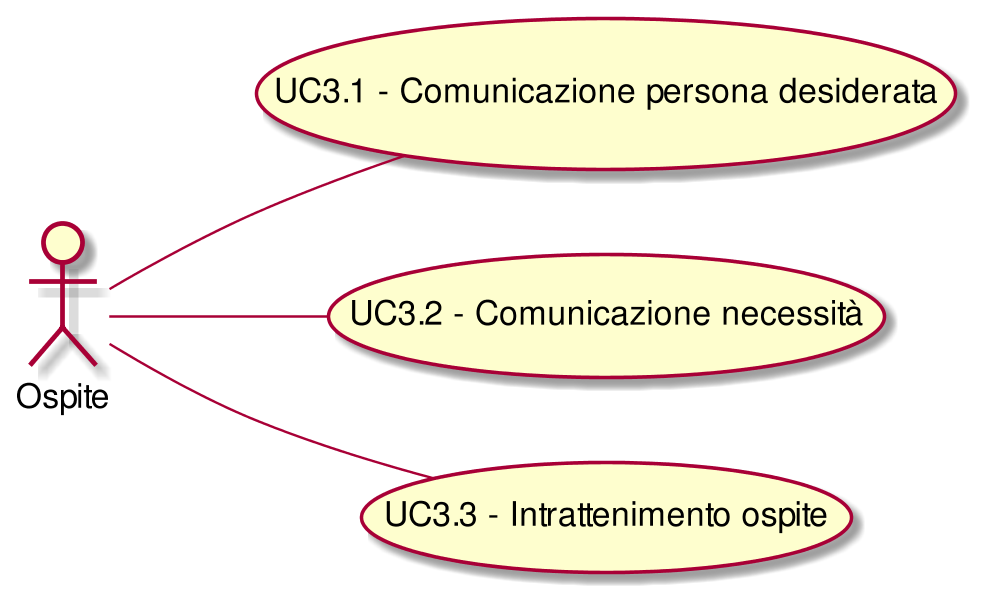
Earlier version of the PlantUML export RR/Esterni/AnalisiDeiRequisiti/images/UseCaseUC3.png (CoCodeSWE/Docs). The source it was exported from:
```plantuml
@startuml
scale 1000*1000
left to right direction
( UC3.1 - Comunicazione persona desiderata ) as (UC3.1)
:Ospite:--(UC3.1)
( UC3.2 - Comunicazione necessità ) as (UC3.2)
:Ospite:--(UC3.2)
( UC3.3 - Intrattenimento ospite ) as (UC3.3)
:Ospite:--(UC3.3)
@enduml
```
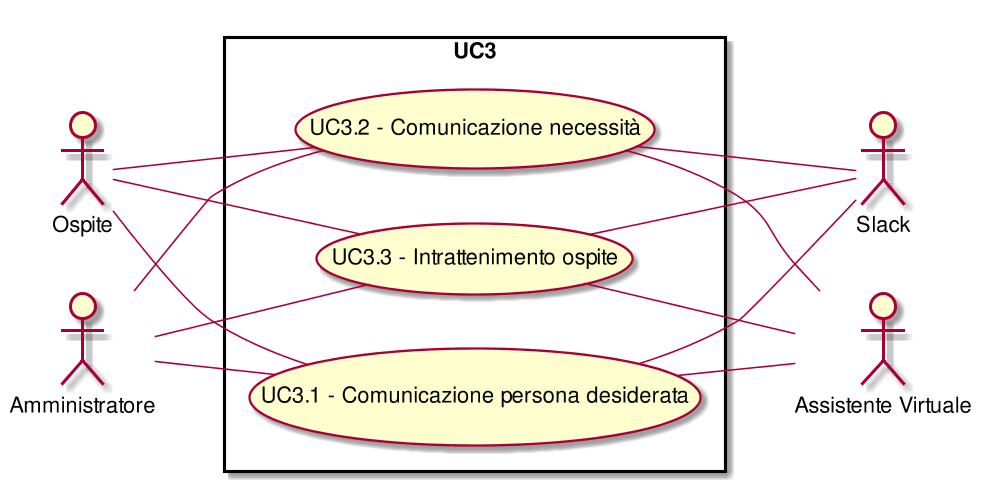
The same diagram one commit later.

The edit, as a diff of the source:
```diff
@@ -1,10 +1,35 @@
 @startuml
 scale 1000*1000
 left to right direction
+skinparam packageStyle rect
+:Ospite:
+:Slack:
+:Amministratore:
+:Assistente Virtuale:
+rectangle UC3{
 ( UC3.1 - Comunicazione persona desiderata ) as (UC3.1)
 :Ospite:--(UC3.1)
+( UC3.1 - Comunicazione persona desiderata ) as (UC3.1)
+(UC3.1)--:Slack:
+( UC3.1 - Comunicazione persona desiderata ) as (UC3.1)
+:Amministratore:--(UC3.1)
+( UC3.1 - Comunicazione persona desiderata ) as (UC3.1)
+(UC3.1)--:Assistente Virtuale:
 ( UC3.2 - Comunicazione necessità ) as (UC3.2)
 :Ospite:--(UC3.2)
+( UC3.2 - Comunicazione necessità ) as (UC3.2)
+(UC3.2)--:Slack:
+( UC3.2 - Comunicazione necessità ) as (UC3.2)
+:Amministratore:--(UC3.2)
+( UC3.2 - Comunicazione necessità ) as (UC3.2)
+(UC3.2)--:Assistente Virtuale:
 ( UC3.3 - Intrattenimento ospite ) as (UC3.3)
 :Ospite:--(UC3.3)
+( UC3.3 - Intrattenimento ospite ) as (UC3.3)
+(UC3.3)--:Slack:
+( UC3.3 - Intrattenimento ospite ) as (UC3.3)
+:Amministratore:--(UC3.3)
+( UC3.3 - Intrattenimento ospite ) as (UC3.3)
+(UC3.3)--:Assistente Virtuale:
+}
 @enduml
```
